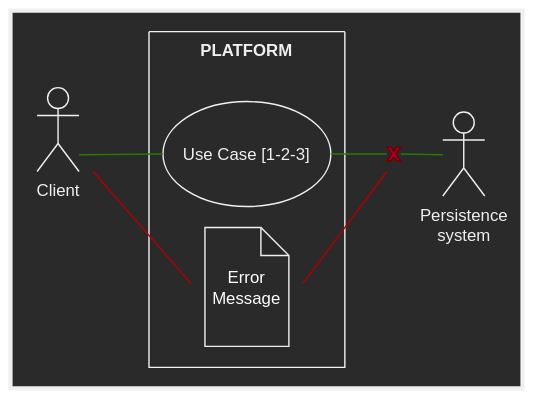
This is doc/assets/useCasesCiclo1.svg from omismone/strapizzami, a draw.io export, as it was before one commit. Source tidied: cells renumbered, new cells last; positions are measured from the earlier drawing's top-left corner, leaving out a move shared by most shapes.
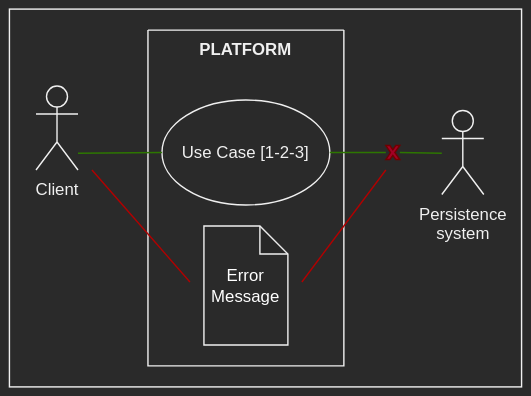
After the change.

The edit, as a diff of the source:
```diff
@@ -2,7 +2,7 @@
   <root>
     <mxCell id="0" />
     <mxCell id="1" parent="0" />
-    <mxCell id="2" style="rounded=0;whiteSpace=wrap;html=1;fontColor=#FFFFFF;strokeWidth=3;" parent="1" vertex="1">
+    <mxCell id="2" style="rounded=0;whiteSpace=wrap;html=1;fontColor=#FFFFFF;strokeWidth=1;" parent="1" vertex="1">
       <mxGeometry width="366" height="270" as="geometry" />
     </mxCell>
     <mxCell id="3" value="Client" style="shape=umlActor;verticalLabelPosition=bottom;verticalAlign=top;html=1;" parent="1" vertex="1">
```
